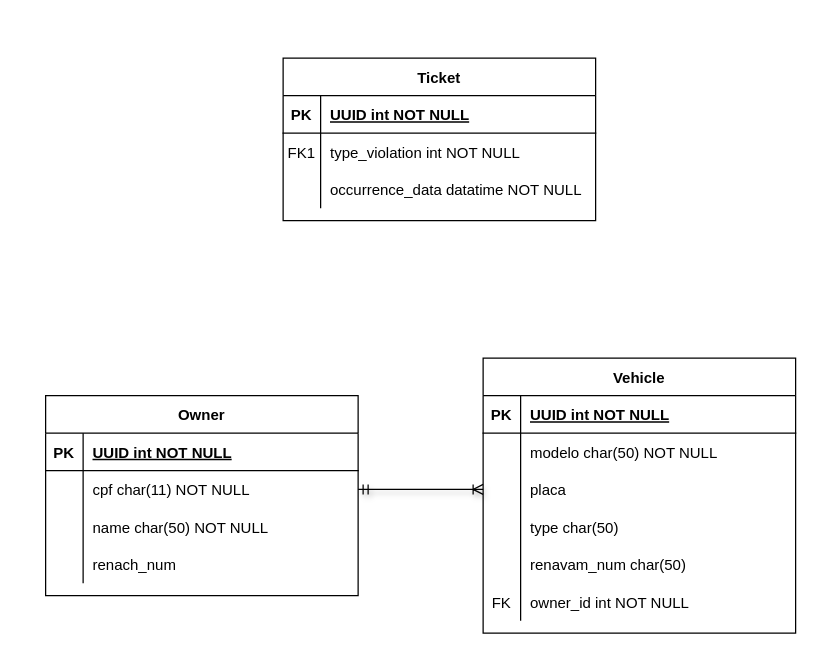
beatriz-paiva/regular-api keeps this draw.io diagram as diagrama-de-classe.drawio. Above is the earlier version. Source tidied: cells renumbered, new cells numbered last; positions are measured from the earlier drawing's top-left corner, leaving out a move shared by most shapes. Both pictures are drawn from the tidied source at 125%, with x=0, y=0 at pixel (45, 58).
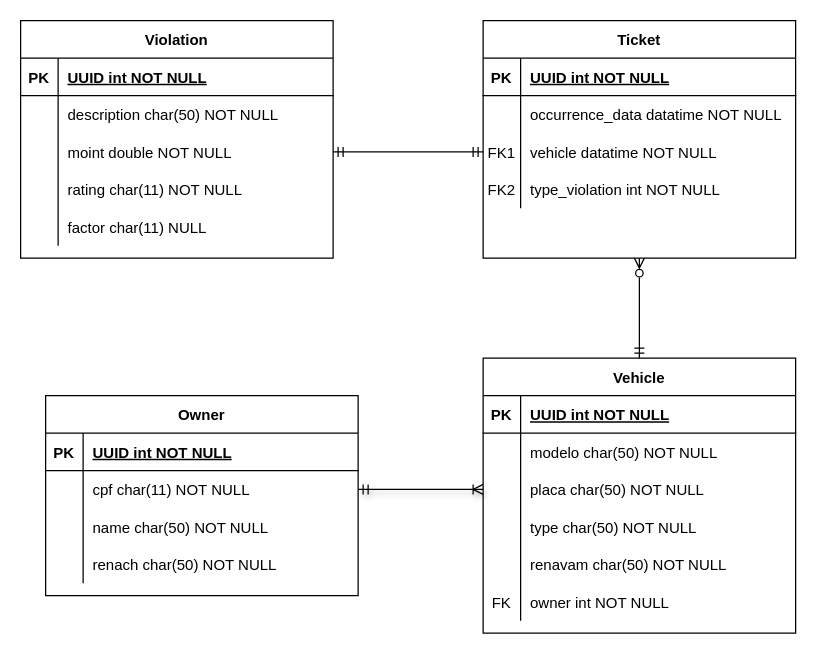
The same page after the edit.

The change refers to these unchanged cells:
```xml
<mxCell id="2" value="Vehicle" style="shape=table;startSize=30;childLayout=tableLayout;rowLines=0;fontStyle=1;align=center;" parent="1" vertex="1">
  <mxGeometry x="350" y="240" width="250" height="220" as="geometry" />
</mxCell>
<mxCell id="9" style="shape=partialRectangle;fillColor=none;points=[[0,0.5],[1,0.5]];portConstraint=eastwest;top=0;left=0;right=0;bottom=0;" parent="2" vertex="1">
  <mxGeometry y="90" width="250" height="30" as="geometry" />
</mxCell>
<mxCell id="12" style="shape=partialRectangle;fillColor=none;top=0;left=0;right=0;bottom=0;" parent="2" vertex="1">
  <mxGeometry y="120" width="250" height="30" as="geometry" />
</mxCell>
<mxCell id="15" style="shape=partialRectangle;fillColor=none;top=0;left=0;right=0;bottom=0;" parent="2" vertex="1">
  <mxGeometry y="150" width="250" height="30" as="geometry" />
</mxCell>
<mxCell id="18" style="shape=partialRectangle;fillColor=none;top=0;left=0;right=0;bottom=0;" parent="2" vertex="1">
  <mxGeometry y="180" width="250" height="30" as="geometry" />
</mxCell>
<mxCell id="41" style="shape=partialRectangle;fillColor=none;top=0;left=0;right=0;bottom=0;" parent="31" vertex="1">
  <mxGeometry y="120" width="250" height="30" as="geometry" />
</mxCell>
```

What changed in the source:
```diff
@@
-    <mxCell id="11" value="placa" style="shape=partialRectangle;overflow=hidden;fillColor=none;top=0;left=0;bottom=0;right=0;align=left;spacingLeft=6;" parent="9" vertex="1">
+    <mxCell id="11" value="placa char(50) NOT NULL" style="shape=partialRectangle;overflow=hidden;fillColor=none;top=0;left=0;bottom=0;right=0;align=left;spacingLeft=6;" parent="9" vertex="1">
       <mxGeometry x="30" width="220" height="30" as="geometry" />
     </mxCell>
@@
-    <mxCell id="14" value="type char(50)" style="shape=partialRectangle;overflow=hidden;fillColor=none;top=0;left=0;bottom=0;right=0;align=left;spacingLeft=6;" parent="12" vertex="1">
+    <mxCell id="14" value="type char(50) NOT NULL" style="shape=partialRectangle;overflow=hidden;fillColor=none;top=0;left=0;bottom=0;right=0;align=left;spacingLeft=6;" parent="12" vertex="1">
       <mxGeometry x="30" width="220" height="30" as="geometry" />
     </mxCell>
@@
-    <mxCell id="17" value="renavam_num char(50)" style="shape=partialRectangle;overflow=hidden;fillColor=none;top=0;left=0;bottom=0;right=0;align=left;spacingLeft=6;" parent="15" vertex="1">
+    <mxCell id="17" value="renavam char(50) NOT NULL" style="shape=partialRectangle;overflow=hidden;fillColor=none;top=0;left=0;bottom=0;right=0;align=left;spacingLeft=6;" parent="15" vertex="1">
       <mxGeometry x="30" width="220" height="30" as="geometry" />
     </mxCell>
@@
-    <mxCell id="20" value="owner_id int NOT NULL" style="shape=partialRectangle;overflow=hidden;fillColor=none;top=0;left=0;bottom=0;right=0;align=left;spacingLeft=6;" parent="18" vertex="1">
+    <mxCell id="20" value="owner int NOT NULL" style="shape=partialRectangle;overflow=hidden;fillColor=none;top=0;left=0;bottom=0;right=0;align=left;spacingLeft=6;" parent="18" vertex="1">
       <mxGeometry x="30" width="220" height="30" as="geometry" />
     </mxCell>
+    <mxCell id="45" style="edgeStyle=orthogonalEdgeStyle;rounded=0;jettySize=auto;html=1;exitX=0.5;exitY=1;exitDx=0;exitDy=0;endArrow=ERmandOne;endFill=0;startArrow=ERzeroToMany;startFill=0;" parent="1" edge="1" source="21" target="2">
+      <mxGeometry relative="1" as="geometry" />
+    </mxCell>
     <mxCell id="21" value="Ticket" style="shape=table;startSize=30;childLayout=tableLayout;rowLines=0;fontStyle=1;align=center;" parent="1" vertex="1">
-      <mxGeometry x="190" width="250" height="130" as="geometry" />
+      <mxGeometry x="350" y="-30" width="250" height="190" as="geometry" />
     </mxCell>
@@
-    <mxCell id="25" style="shape=partialRectangle;fillColor=none;top=0;left=0;right=0;bottom=0;" parent="21" vertex="1">
-      <mxGeometry y="60" width="250" height="30" as="geometry" />
-    </mxCell>
-    <mxCell id="26" value="FK1" style="shape=partialRectangle;overflow=hidden;fillColor=none;top=0;left=0;bottom=0;right=0;" parent="25" vertex="1">
-      <mxGeometry width="30" height="30" as="geometry" />
-    </mxCell>
-    <mxCell id="27" value="type_violation int NOT NULL" style="shape=partialRectangle;overflow=hidden;fillColor=none;top=0;left=0;bottom=0;right=0;align=left;spacingLeft=6;" parent="25" vertex="1">
-      <mxGeometry x="30" width="220" height="30" as="geometry" />
-    </mxCell>
     <mxCell id="28" style="shape=partialRectangle;fillColor=none;top=0;left=0;right=0;bottom=0;" parent="21" vertex="1">
-      <mxGeometry y="90" width="250" height="30" as="geometry" />
+      <mxGeometry y="60" width="250" height="30" as="geometry" />
     </mxCell>
@@
+    <mxCell id="46" style="shape=partialRectangle;fillColor=none;points=[[0,0.5],[1,0.5]];portConstraint=eastwest;top=0;left=0;right=0;bottom=0;" parent="21" vertex="1">
+      <mxGeometry y="90" width="250" height="30" as="geometry" />
+    </mxCell>
+    <mxCell id="26" value="FK1" style="shape=partialRectangle;overflow=hidden;fillColor=none;top=0;left=0;bottom=0;right=0;" parent="46" vertex="1">
+      <mxGeometry width="30" height="30" as="geometry" />
+    </mxCell>
+    <mxCell id="47" value="vehicle datatime NOT NULL" style="shape=partialRectangle;overflow=hidden;fillColor=none;top=0;left=0;bottom=0;right=0;align=left;spacingLeft=6;" parent="46" vertex="1">
+      <mxGeometry x="30" width="220" height="30" as="geometry" />
+    </mxCell>
+    <mxCell id="48" style="shape=partialRectangle;fillColor=none;top=0;left=0;right=0;bottom=0;" parent="21" vertex="1">
+      <mxGeometry y="120" width="250" height="30" as="geometry" />
+    </mxCell>
+    <mxCell id="49" value="FK2" style="shape=partialRectangle;overflow=hidden;fillColor=none;top=0;left=0;bottom=0;right=0;" parent="48" vertex="1">
+      <mxGeometry width="30" height="30" as="geometry" />
+    </mxCell>
+    <mxCell id="27" value="type_violation int NOT NULL" style="shape=partialRectangle;overflow=hidden;fillColor=none;top=0;left=0;bottom=0;right=0;align=left;spacingLeft=6;" parent="48" vertex="1">
+      <mxGeometry x="30" width="220" height="30" as="geometry" />
+    </mxCell>
@@
-    <mxCell id="43" value="renach_num" style="shape=partialRectangle;overflow=hidden;fillColor=none;top=0;left=0;bottom=0;right=0;align=left;spacingLeft=6;" parent="41" vertex="1">
+    <mxCell id="43" value="renach char(50) NOT NULL" style="shape=partialRectangle;overflow=hidden;fillColor=none;top=0;left=0;bottom=0;right=0;align=left;spacingLeft=6;" parent="41" vertex="1">
       <mxGeometry x="30" width="220" height="30" as="geometry" />
     </mxCell>
@@
+    <mxCell id="50" value="Violation" style="shape=table;startSize=30;childLayout=tableLayout;rowLines=0;fontStyle=1;align=center;" parent="1" vertex="1">
+      <mxGeometry x="-20" y="-30" width="250" height="190" as="geometry" />
+    </mxCell>
+    <mxCell id="51" style="shape=partialRectangle;fillColor=none;top=0;left=0;right=0;bottom=1;" parent="50" vertex="1">
+      <mxGeometry y="30" width="250" height="30" as="geometry" />
+    </mxCell>
+    <mxCell id="52" value="PK" style="shape=partialRectangle;overflow=hidden;fillColor=none;top=0;left=0;bottom=0;right=0;fontStyle=1;" parent="51" vertex="1">
+      <mxGeometry width="30" height="30" as="geometry" />
+    </mxCell>
+    <mxCell id="53" value="UUID int NOT NULL " style="shape=partialRectangle;overflow=hidden;fillColor=none;top=0;left=0;bottom=0;right=0;align=left;spacingLeft=6;fontStyle=5;" parent="51" vertex="1">
+      <mxGeometry x="30" width="220" height="30" as="geometry" />
+    </mxCell>
+    <mxCell id="25" style="shape=partialRectangle;fillColor=none;top=0;left=0;right=0;bottom=0;" parent="50" vertex="1">
+      <mxGeometry y="60" width="250" height="30" as="geometry" />
+    </mxCell>
+    <mxCell id="54" style="shape=partialRectangle;overflow=hidden;fillColor=none;top=0;left=0;bottom=0;right=0;" parent="25" vertex="1">
+      <mxGeometry width="30" height="30" as="geometry" />
+    </mxCell>
+    <mxCell id="55" value="description char(50) NOT NULL" style="shape=partialRectangle;overflow=hidden;fillColor=none;top=0;left=0;bottom=0;right=0;align=left;spacingLeft=6;" parent="25" vertex="1">
+      <mxGeometry x="30" width="220" height="30" as="geometry" />
+    </mxCell>
+    <mxCell id="56" style="shape=partialRectangle;fillColor=none;points=[[0,0.5],[1,0.5]];portConstraint=eastwest;top=0;left=0;right=0;bottom=0;" parent="50" vertex="1">
+      <mxGeometry y="90" width="250" height="30" as="geometry" />
+    </mxCell>
+    <mxCell id="57" style="shape=partialRectangle;overflow=hidden;fillColor=none;top=0;left=0;bottom=0;right=0;" parent="56" vertex="1">
+      <mxGeometry width="30" height="30" as="geometry" />
+    </mxCell>
+    <mxCell id="58" value="moint double NOT NULL" style="shape=partialRectangle;overflow=hidden;fillColor=none;top=0;left=0;bottom=0;right=0;align=left;spacingLeft=6;" parent="56" vertex="1">
+      <mxGeometry x="30" width="220" height="30" as="geometry" />
+    </mxCell>
+    <mxCell id="59" style="shape=partialRectangle;fillColor=none;top=0;left=0;right=0;bottom=0;" parent="50" vertex="1">
+      <mxGeometry y="120" width="250" height="30" as="geometry" />
+    </mxCell>
+    <mxCell id="60" style="shape=partialRectangle;overflow=hidden;fillColor=none;top=0;left=0;bottom=0;right=0;" parent="59" vertex="1">
+      <mxGeometry width="30" height="30" as="geometry" />
+    </mxCell>
+    <mxCell id="61" value="rating char(11) NOT NULL" style="shape=partialRectangle;overflow=hidden;fillColor=none;top=0;left=0;bottom=0;right=0;align=left;spacingLeft=6;" parent="59" vertex="1">
+      <mxGeometry x="30" width="220" height="30" as="geometry" />
+    </mxCell>
+    <mxCell id="62" style="shape=partialRectangle;fillColor=none;top=0;left=0;right=0;bottom=0;" parent="50" vertex="1">
+      <mxGeometry y="150" width="250" height="30" as="geometry" />
+    </mxCell>
+    <mxCell id="63" style="shape=partialRectangle;overflow=hidden;fillColor=none;top=0;left=0;bottom=0;right=0;" parent="62" vertex="1">
+      <mxGeometry width="30" height="30" as="geometry" />
+    </mxCell>
+    <mxCell id="64" value="factor char(11) NULL" style="shape=partialRectangle;overflow=hidden;fillColor=none;top=0;left=0;bottom=0;right=0;align=left;spacingLeft=6;" parent="62" vertex="1">
+      <mxGeometry x="30" width="220" height="30" as="geometry" />
+    </mxCell>
+    <mxCell id="65" style="edgeStyle=orthogonalEdgeStyle;rounded=0;jettySize=auto;html=1;exitX=0;exitY=0.5;exitDx=0;exitDy=0;entryX=1;entryY=0.5;entryDx=0;entryDy=0;endArrow=ERmandOne;endFill=0;strokeColor=default;startArrow=ERmandOne;startFill=0;" parent="1" edge="1" source="46" target="56">
+      <mxGeometry relative="1" as="geometry" />
+    </mxCell>
```
